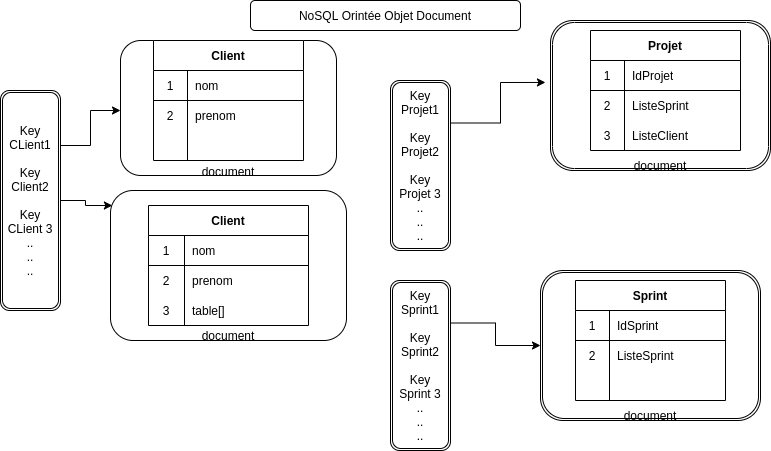
This is Untitled Diagram.drawio.png from htimli/SCRUMBAN, a draw.io export, as it was before one commit. Source tidied: cells renumbered, new cells last; positions are measured from the earlier drawing's top-left corner, leaving out a move shared by most shapes.
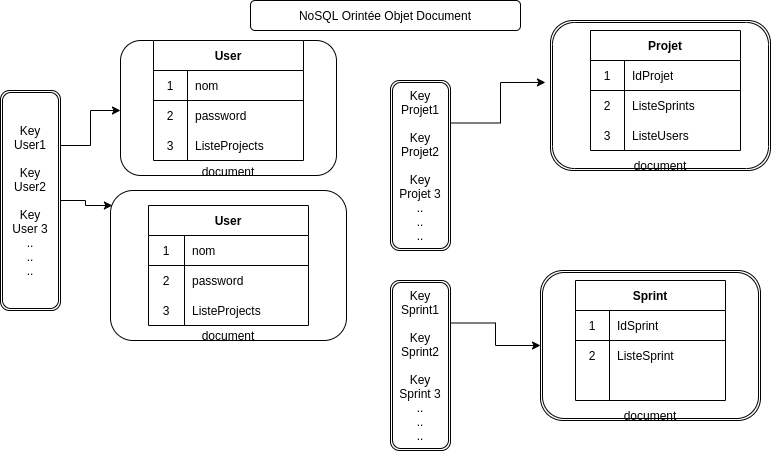
The same file after the commit.

The edit, as a diff of the source:
```diff
@@ -13,13 +13,13 @@
     <mxCell id="4" style="edgeStyle=orthogonalEdgeStyle;rounded=0;jettySize=auto;html=1;exitX=1;exitY=0.5;exitDx=0;exitDy=0;entryX=0.008;entryY=0.1;entryDx=0;entryDy=0;entryPerimeter=0;" parent="1" edge="1" source="5" target="6">
       <mxGeometry relative="1" as="geometry" />
     </mxCell>
-    <mxCell id="5" value="Key&lt;br&gt;CLient1&lt;br&gt;&lt;br&gt;Key&lt;br&gt;Client2&lt;br&gt;&lt;br&gt;Key&lt;br&gt;CLient 3&lt;br&gt;..&lt;br&gt;..&lt;br&gt;.." style="shape=ext;double=1;rounded=1;whiteSpace=wrap;html=1;" parent="1" vertex="1">
+    <mxCell id="5" value="Key&lt;br&gt;User1&lt;br&gt;&lt;br&gt;Key&lt;br&gt;User2&lt;br&gt;&lt;br&gt;Key&lt;br&gt;User 3&lt;br&gt;..&lt;br&gt;..&lt;br&gt;.." style="shape=ext;double=1;rounded=1;whiteSpace=wrap;html=1;" parent="1" vertex="1">
       <mxGeometry y="90" width="60" height="220" as="geometry" />
     </mxCell>
     <mxCell id="6" value="&lt;br&gt;&lt;br&gt;&lt;br&gt;&lt;br&gt;&lt;br&gt;&lt;br&gt;&lt;br&gt;&lt;br&gt;&lt;br&gt;&lt;br&gt;document" style="rounded=1;whiteSpace=wrap;html=1;" parent="1" vertex="1">
       <mxGeometry x="110" y="190" width="236" height="150" as="geometry" />
     </mxCell>
-    <mxCell id="7" value="Client" style="shape=table;startSize=30;rowLines=0;fontStyle=1;align=center;" parent="1" vertex="1">
+    <mxCell id="7" value="User" style="shape=table;startSize=30;rowLines=0;fontStyle=1;align=center;" parent="1" vertex="1">
       <mxGeometry x="148" y="205" width="160" height="120" as="geometry" />
     </mxCell>
     <mxCell id="8" style="shape=partialRectangle;html=1;whiteSpace=wrap;fillColor=none;top=0;left=0;bottom=1;right=0;" parent="7" vertex="1">
@@ -37,7 +37,7 @@
     <mxCell id="12" value="2" style="shape=partialRectangle;html=1;whiteSpace=wrap;fillColor=none;top=0;left=0;bottom=0;right=0;overflow=hidden;" parent="11" vertex="1">
       <mxGeometry width="36" height="30" as="geometry" />
     </mxCell>
-    <mxCell id="13" value="prenom" style="shape=partialRectangle;html=1;whiteSpace=wrap;fillColor=none;top=0;left=0;bottom=0;right=0;align=left;spacingLeft=6;overflow=hidden;" parent="11" vertex="1">
+    <mxCell id="13" value="password" style="shape=partialRectangle;html=1;whiteSpace=wrap;fillColor=none;top=0;left=0;bottom=0;right=0;align=left;spacingLeft=6;overflow=hidden;" parent="11" vertex="1">
       <mxGeometry x="36" width="124" height="30" as="geometry" />
     </mxCell>
     <mxCell id="14" style="shape=partialRectangle;html=1;whiteSpace=wrap;fillColor=none;top=0;left=0;bottom=0;right=0;" parent="7" vertex="1">
@@ -46,13 +46,13 @@
     <mxCell id="15" value="3" style="shape=partialRectangle;html=1;whiteSpace=wrap;fillColor=none;top=0;left=0;bottom=0;right=0;overflow=hidden;" parent="14" vertex="1">
       <mxGeometry width="36" height="30" as="geometry" />
     </mxCell>
-    <mxCell id="16" value="table[]" style="shape=partialRectangle;html=1;whiteSpace=wrap;fillColor=none;top=0;left=0;bottom=0;right=0;align=left;spacingLeft=6;overflow=hidden;" parent="14" vertex="1">
+    <mxCell id="16" value="ListeProjects" style="shape=partialRectangle;html=1;whiteSpace=wrap;fillColor=none;top=0;left=0;bottom=0;right=0;align=left;spacingLeft=6;overflow=hidden;" parent="14" vertex="1">
       <mxGeometry x="36" width="124" height="30" as="geometry" />
     </mxCell>
     <mxCell id="17" value="&lt;br&gt;&lt;br&gt;&lt;br&gt;&lt;br&gt;&lt;br&gt;&lt;br&gt;&lt;br&gt;&lt;br&gt;&lt;br&gt;document" style="rounded=1;whiteSpace=wrap;html=1;" parent="1" vertex="1">
       <mxGeometry x="120" y="40" width="216" height="135" as="geometry" />
     </mxCell>
-    <mxCell id="18" value="Client" style="shape=table;startSize=30;rowLines=0;fontStyle=1;align=center;" parent="1" vertex="1">
+    <mxCell id="18" value="User" style="shape=table;startSize=30;rowLines=0;fontStyle=1;align=center;" parent="1" vertex="1">
       <mxGeometry x="153" y="40" width="150" height="120" as="geometry" />
     </mxCell>
     <mxCell id="19" style="shape=partialRectangle;html=1;whiteSpace=wrap;fillColor=none;top=0;left=0;bottom=1;right=0;" parent="18" vertex="1">
@@ -70,16 +70,16 @@
     <mxCell id="23" value="2" style="shape=partialRectangle;html=1;whiteSpace=wrap;fillColor=none;top=0;left=0;bottom=0;right=0;overflow=hidden;" parent="22" vertex="1">
       <mxGeometry width="34" height="30" as="geometry" />
     </mxCell>
-    <mxCell id="24" value="prenom" style="shape=partialRectangle;html=1;whiteSpace=wrap;fillColor=none;top=0;left=0;bottom=0;right=0;align=left;spacingLeft=6;overflow=hidden;" parent="22" vertex="1">
+    <mxCell id="24" value="password" style="shape=partialRectangle;html=1;whiteSpace=wrap;fillColor=none;top=0;left=0;bottom=0;right=0;align=left;spacingLeft=6;overflow=hidden;" parent="22" vertex="1">
       <mxGeometry x="34" width="116" height="30" as="geometry" />
     </mxCell>
     <mxCell id="25" style="shape=partialRectangle;html=1;whiteSpace=wrap;fillColor=none;top=0;left=0;bottom=0;right=0;" parent="18" vertex="1">
       <mxGeometry y="90" width="150" height="30" as="geometry" />
     </mxCell>
-    <mxCell id="26" style="shape=partialRectangle;html=1;whiteSpace=wrap;fillColor=none;top=0;left=0;bottom=0;right=0;overflow=hidden;" parent="25" vertex="1">
+    <mxCell id="26" value="3" style="shape=partialRectangle;html=1;whiteSpace=wrap;fillColor=none;top=0;left=0;bottom=0;right=0;overflow=hidden;" parent="25" vertex="1">
       <mxGeometry width="34" height="30" as="geometry" />
     </mxCell>
-    <mxCell id="27" style="shape=partialRectangle;html=1;whiteSpace=wrap;fillColor=none;top=0;left=0;bottom=0;right=0;align=left;spacingLeft=6;overflow=hidden;" parent="25" vertex="1">
+    <mxCell id="27" value="ListeProjects" style="shape=partialRectangle;html=1;whiteSpace=wrap;fillColor=none;top=0;left=0;bottom=0;right=0;align=left;spacingLeft=6;overflow=hidden;" parent="25" vertex="1">
       <mxGeometry x="34" width="116" height="30" as="geometry" />
     </mxCell>
     <mxCell id="28" style="edgeStyle=orthogonalEdgeStyle;rounded=0;jettySize=auto;html=1;exitX=1;exitY=0.25;exitDx=0;exitDy=0;entryX=-0.023;entryY=0.413;entryDx=0;entryDy=0;entryPerimeter=0;" parent="1" edge="1" source="29" target="30">
@@ -109,7 +109,7 @@
     <mxCell id="36" value="2" style="shape=partialRectangle;html=1;whiteSpace=wrap;fillColor=none;top=0;left=0;bottom=0;right=0;overflow=hidden;" parent="35" vertex="1">
       <mxGeometry width="34" height="30" as="geometry" />
     </mxCell>
-    <mxCell id="37" value="ListeSprint" style="shape=partialRectangle;html=1;whiteSpace=wrap;fillColor=none;top=0;left=0;bottom=0;right=0;align=left;spacingLeft=6;overflow=hidden;" parent="35" vertex="1">
+    <mxCell id="37" value="ListeSprints" style="shape=partialRectangle;html=1;whiteSpace=wrap;fillColor=none;top=0;left=0;bottom=0;right=0;align=left;spacingLeft=6;overflow=hidden;" parent="35" vertex="1">
       <mxGeometry x="34" width="116" height="30" as="geometry" />
     </mxCell>
     <mxCell id="38" style="shape=partialRectangle;html=1;whiteSpace=wrap;fillColor=none;top=0;left=0;bottom=0;right=0;" parent="31" vertex="1">
@@ -118,7 +118,7 @@
     <mxCell id="39" value="3" style="shape=partialRectangle;html=1;whiteSpace=wrap;fillColor=none;top=0;left=0;bottom=0;right=0;overflow=hidden;" parent="38" vertex="1">
       <mxGeometry width="34" height="30" as="geometry" />
     </mxCell>
-    <mxCell id="40" value="ListeClient" style="shape=partialRectangle;html=1;whiteSpace=wrap;fillColor=none;top=0;left=0;bottom=0;right=0;align=left;spacingLeft=6;overflow=hidden;" parent="38" vertex="1">
+    <mxCell id="40" value="ListeUsers" style="shape=partialRectangle;html=1;whiteSpace=wrap;fillColor=none;top=0;left=0;bottom=0;right=0;align=left;spacingLeft=6;overflow=hidden;" parent="38" vertex="1">
       <mxGeometry x="34" width="116" height="30" as="geometry" />
     </mxCell>
     <mxCell id="41" style="edgeStyle=orthogonalEdgeStyle;rounded=0;jettySize=auto;html=1;exitX=1;exitY=0.25;exitDx=0;exitDy=0;entryX=0;entryY=0.5;entryDx=0;entryDy=0;" parent="1" edge="1" source="42" target="43">
```
